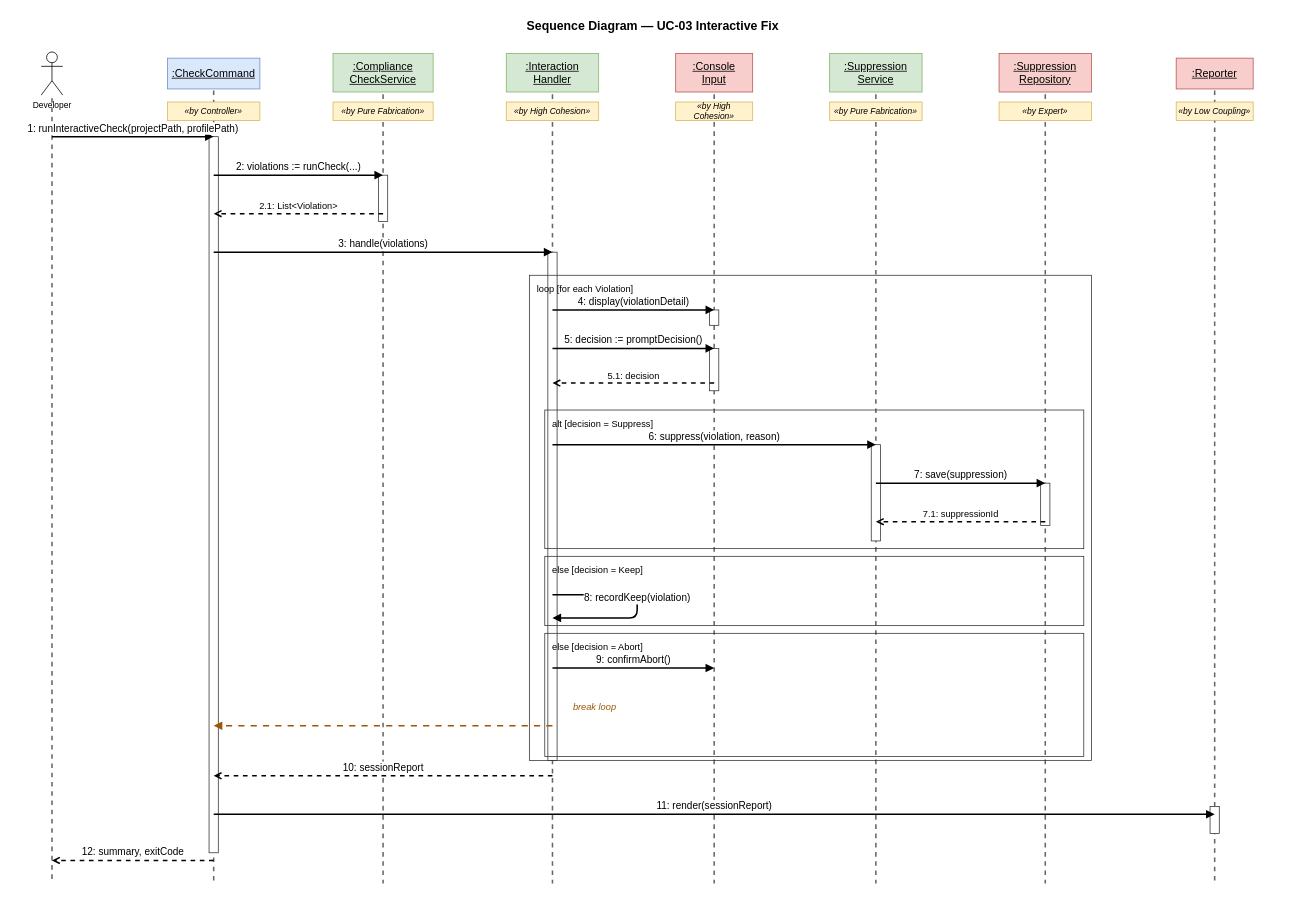
chun-wei0413/arch-checker keeps this draw.io diagram as hw/hw5/drawio/3.2.2-uc03-sd.drawio. Above is the earlier version. Source tidied: cells renumbered, new cells numbered last; positions are measured from the earlier drawing's top-left corner, leaving out a move shared by most shapes. Both pictures are drawn from the tidied source at 77%, with x=0, y=0 at pixel (13, 13).
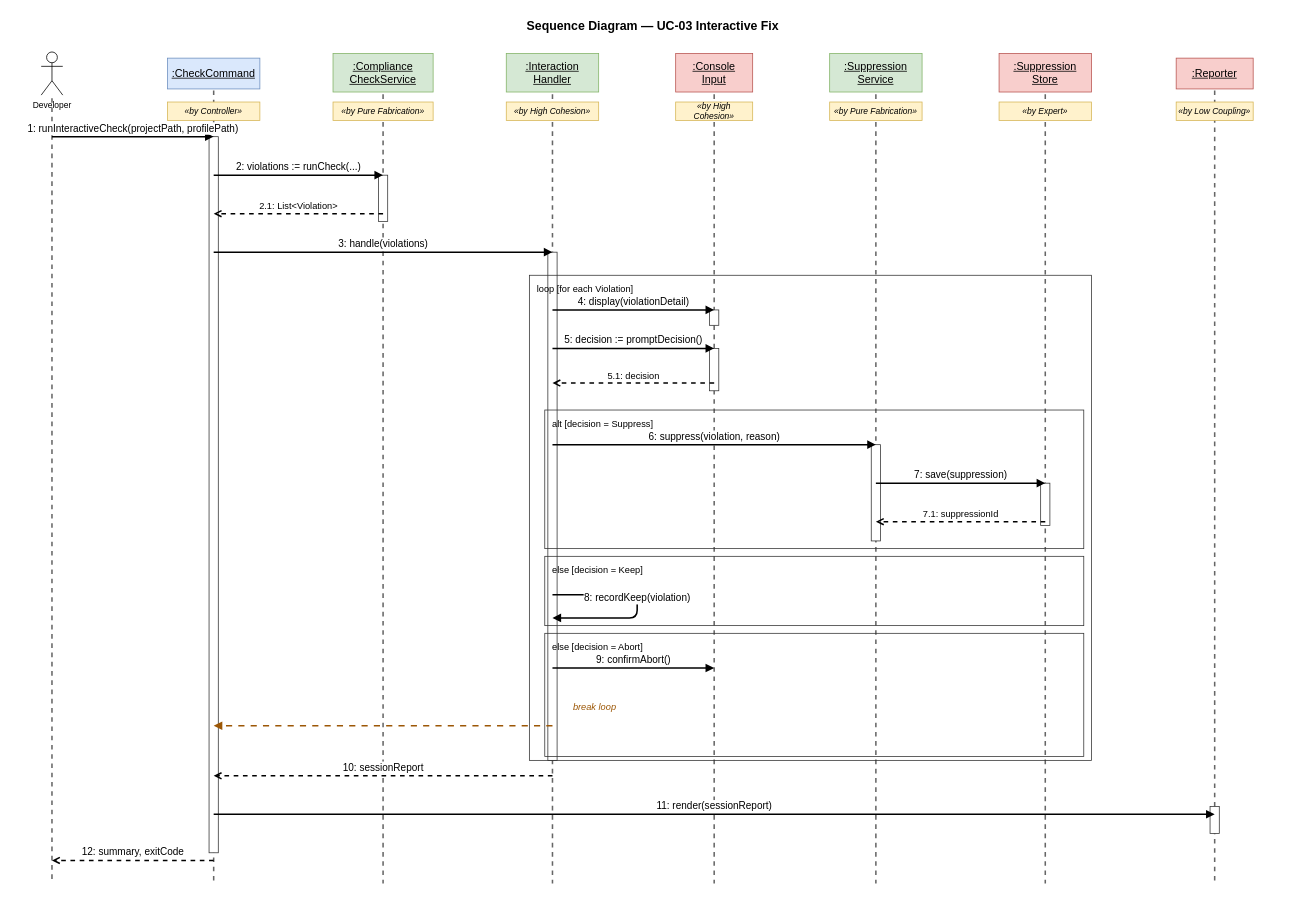
The same diagram, later.

Commit message (it also covers changes not shown here):
[Documentation] Sync HW5 deliverable with renamed Loader/Store/ComplianceRule

Diff of the diagram source:
```diff
@@
-    <mxCell id="9" value=":Suppression&#10;Repository" style="rounded=0;whiteSpace=wrap;html=1;fillColor=#f8cecc;strokeColor=#b85450;fontSize=14;fontStyle=4;" parent="1" vertex="1">
+    <mxCell id="9" value=":Suppression&#10;Store" style="rounded=0;whiteSpace=wrap;html=1;fillColor=#f8cecc;strokeColor=#b85450;fontSize=14;fontStyle=4;" parent="1" vertex="1">
       <mxGeometry x="1280" y="52" width="120" height="50" as="geometry" />
     </mxCell>
```
